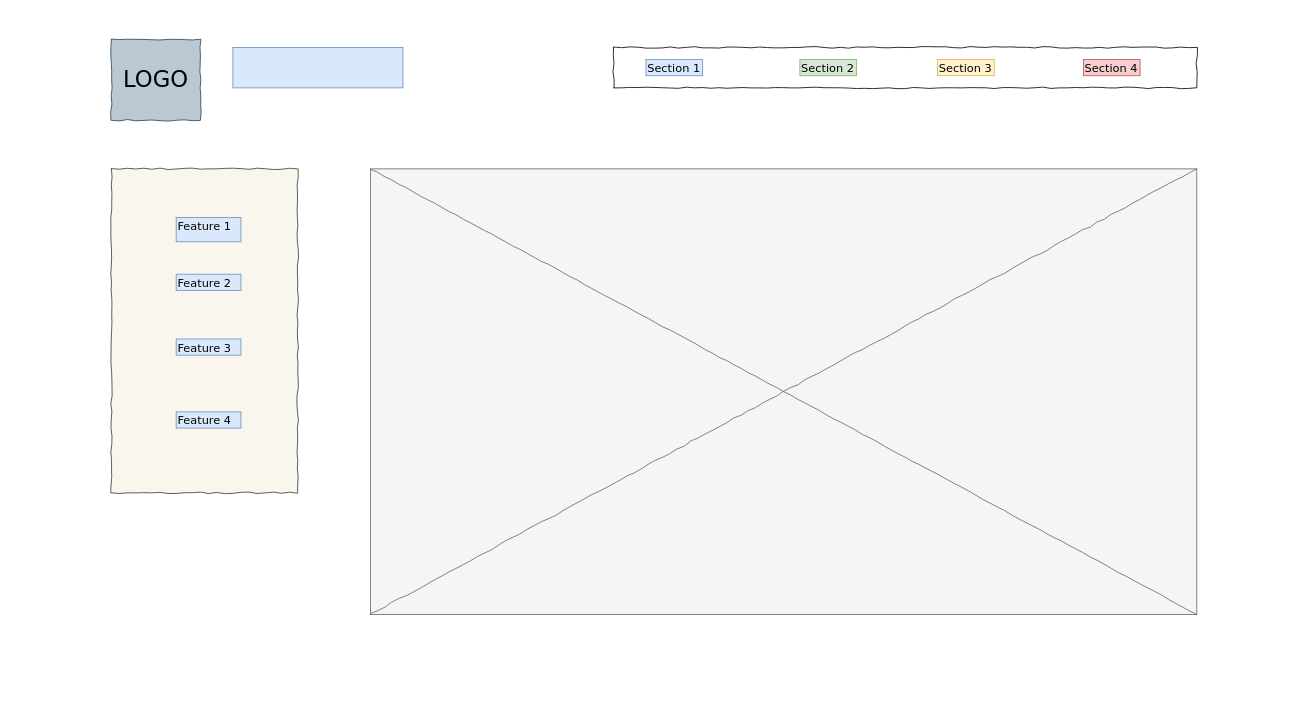
This is Untitled Diagram.drawio from eshaan007/hashnode-blogs, a draw.io file, before an edit. Source tidied: cells renumbered, new cells numbered last; positions are measured from the earlier drawing's top-left corner, leaving out a move shared by most shapes. Both pictures are drawn from the tidied source at 81%, with x=0, y=0 at pixel (111, 39).
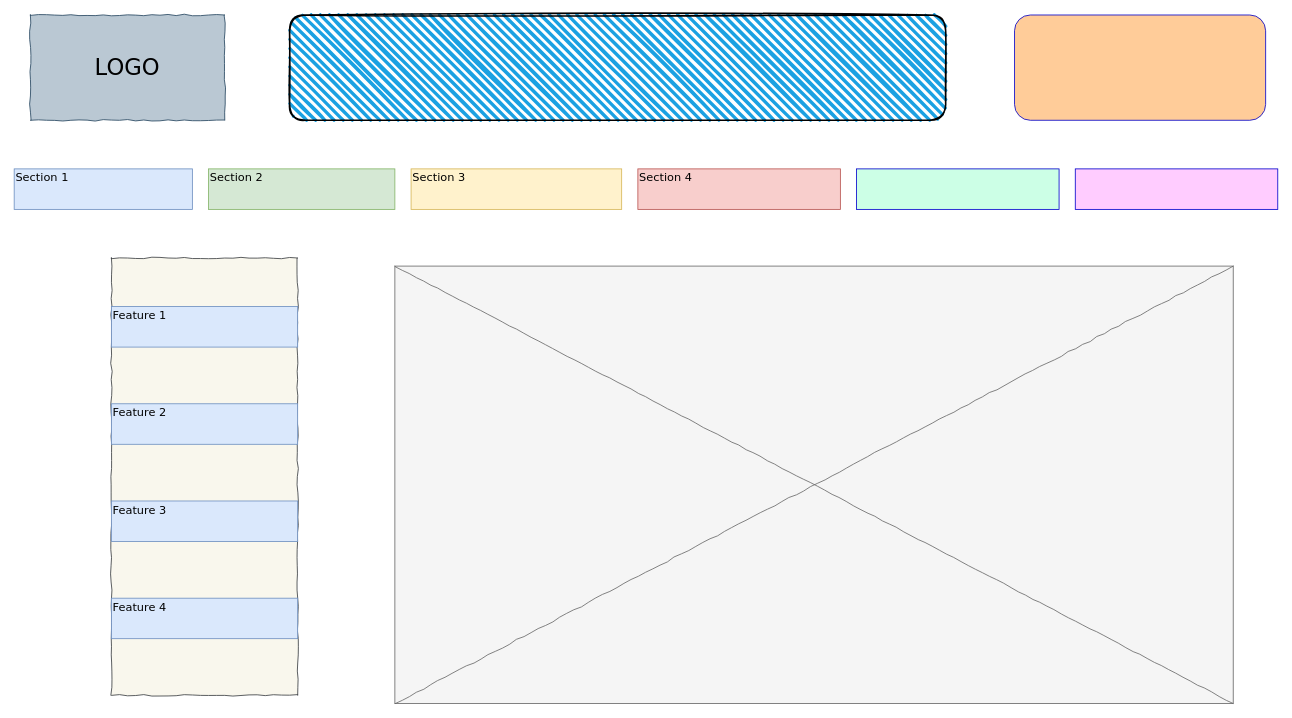
Above is the later version.

Diff of the diagram source:
```diff
@@
 <mxGraphModel background="#ffffff">
   <root>
     <mxCell id="0" />
     <mxCell id="1" parent="0" />
     <mxCell id="2" value="LOGO" style="whiteSpace=wrap;html=1;rounded=0;shadow=0;labelBackgroundColor=none;strokeWidth=1;fontFamily=Verdana;fontSize=28;align=center;comic=1;fillColor=#bac8d3;strokeColor=#23445d;" parent="1" vertex="1">
-      <mxGeometry width="110" height="100" as="geometry" />
+      <mxGeometry x="-100" y="-30" width="240" height="130" as="geometry" />
     </mxCell>
-    <mxCell id="3" style="whiteSpace=wrap;html=1;rounded=0;shadow=0;labelBackgroundColor=none;strokeWidth=1;fillColor=none;fontFamily=Verdana;fontSize=12;align=center;comic=1;" parent="1" vertex="1">
-      <mxGeometry x="620" y="10" width="720" height="50" as="geometry" />
-    </mxCell>
     <mxCell id="4" value="Section 1" style="text;html=1;align=left;verticalAlign=top;spacingTop=-4;fontSize=14;fontFamily=Verdana;fillColor=#dae8fc;strokeColor=#6c8ebf;" parent="1" vertex="1">
-      <mxGeometry x="660" y="25" width="70" height="20" as="geometry" />
+      <mxGeometry x="-120" y="160" width="220" height="50" as="geometry" />
     </mxCell>
     <mxCell id="5" value="Section 2" style="text;html=1;align=left;verticalAlign=top;spacingTop=-4;fontSize=14;fontFamily=Verdana;fillColor=#d5e8d4;strokeColor=#82b366;" parent="1" vertex="1">
-      <mxGeometry x="850" y="25" width="70" height="20" as="geometry" />
+      <mxGeometry x="120" y="160" width="230" height="50" as="geometry" />
     </mxCell>
     <mxCell id="6" value="Section 3" style="text;html=1;align=left;verticalAlign=top;spacingTop=-4;fontSize=14;fontFamily=Verdana;fillColor=#fff2cc;strokeColor=#d6b656;" parent="1" vertex="1">
-      <mxGeometry x="1020" y="25" width="70" height="20" as="geometry" />
+      <mxGeometry x="370" y="160" width="260" height="50" as="geometry" />
     </mxCell>
     <mxCell id="7" value="Section 4" style="text;html=1;align=left;verticalAlign=top;spacingTop=-4;fontSize=14;fontFamily=Verdana;fillColor=#f8cecc;strokeColor=#b85450;" parent="1" vertex="1">
-      <mxGeometry x="1200" y="25" width="70" height="20" as="geometry" />
+      <mxGeometry x="650" y="160" width="250" height="50" as="geometry" />
     </mxCell>
     <mxCell id="8" style="verticalLabelPosition=bottom;shadow=0;dashed=0;align=center;html=1;verticalAlign=top;strokeWidth=1;shape=mxgraph.mockup.graphics.simpleIcon;strokeColor=#666666;rounded=0;labelBackgroundColor=none;fontFamily=Verdana;fontSize=14;fontColor=#333333;comic=1;fillColor=#f5f5f5;" parent="1" vertex="1">
-      <mxGeometry x="320" y="160" width="1020" height="550" as="geometry" />
+      <mxGeometry x="350" y="280" width="1035" height="540" as="geometry" />
     </mxCell>
     <mxCell id="9" style="whiteSpace=wrap;html=1;rounded=0;shadow=0;labelBackgroundColor=none;strokeWidth=1;fillColor=#f9f7ed;fontFamily=Verdana;fontSize=12;align=center;comic=1;strokeColor=#36393d;" parent="1" vertex="1">
-      <mxGeometry y="160" width="230" height="400" as="geometry" />
+      <mxGeometry y="270" width="230" height="540" as="geometry" />
     </mxCell>
     <mxCell id="10" value="Feature 1" style="text;html=1;align=left;verticalAlign=top;spacingTop=-4;fontSize=14;fontFamily=Verdana;fillColor=#dae8fc;strokeColor=#6c8ebf;" parent="1" vertex="1">
-      <mxGeometry x="80" y="220" width="80" height="30" as="geometry" />
+      <mxGeometry y="330" width="230" height="50" as="geometry" />
     </mxCell>
     <mxCell id="11" value="Feature 2" style="text;html=1;align=left;verticalAlign=top;spacingTop=-4;fontSize=14;fontFamily=Verdana;fillColor=#dae8fc;strokeColor=#6c8ebf;" parent="1" vertex="1">
-      <mxGeometry x="80" y="290" width="80" height="20" as="geometry" />
+      <mxGeometry y="450" width="230" height="50" as="geometry" />
     </mxCell>
     <mxCell id="12" value="Feature 3" style="text;html=1;align=left;verticalAlign=top;spacingTop=-4;fontSize=14;fontFamily=Verdana;fillColor=#dae8fc;strokeColor=#6c8ebf;" parent="1" vertex="1">
-      <mxGeometry x="80" y="370" width="80" height="20" as="geometry" />
+      <mxGeometry y="570" width="230" height="50" as="geometry" />
     </mxCell>
     <mxCell id="13" value="Feature 4" style="text;html=1;align=left;verticalAlign=top;spacingTop=-4;fontSize=14;fontFamily=Verdana;fillColor=#dae8fc;strokeColor=#6c8ebf;" parent="1" vertex="1">
-      <mxGeometry x="80" y="460" width="80" height="20" as="geometry" />
+      <mxGeometry y="690" width="230" height="50" as="geometry" />
     </mxCell>
-    <mxCell id="14" style="rounded=0;whiteSpace=wrap;html=1;fillColor=#dae8fc;strokeColor=#6c8ebf;" parent="1" vertex="1">
-      <mxGeometry x="150" y="10" width="210" height="50" as="geometry" />
-    </mxCell>
+    <mxCell id="15" style="rounded=1;whiteSpace=wrap;html=1;strokeWidth=2;fillWeight=4;hachureGap=8;hachureAngle=45;fillColor=#1ba1e2;sketch=1;" parent="1" vertex="1">
+      <mxGeometry x="220" y="-30" width="810" height="130" as="geometry" />
+    </mxCell>
+    <mxCell id="16" style="rounded=1;whiteSpace=wrap;html=1;strokeColor=#0000CC;fillColor=#FFCC99;" parent="1" vertex="1">
+      <mxGeometry x="1115" y="-30" width="310" height="130" as="geometry" />
+    </mxCell>
+    <mxCell id="17" style="rounded=0;whiteSpace=wrap;html=1;strokeColor=#0000CC;fillColor=#CCFFE6;" parent="1" vertex="1">
+      <mxGeometry x="920" y="160" width="250" height="50" as="geometry" />
+    </mxCell>
+    <mxCell id="18" style="rounded=0;whiteSpace=wrap;html=1;strokeColor=#0000CC;fillColor=#FFCCFF;" parent="1" vertex="1">
+      <mxGeometry x="1190" y="160" width="250" height="50" as="geometry" />
+    </mxCell>
   </root>
 </mxGraphModel>
```
